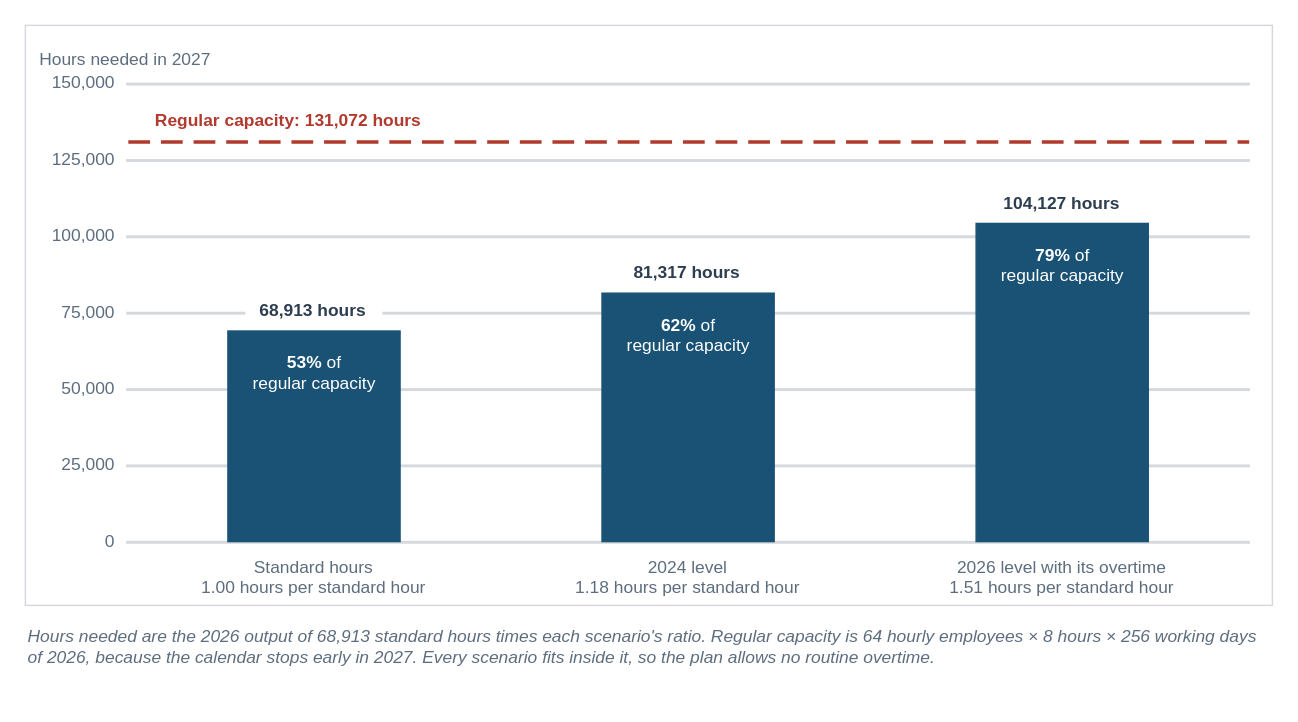
mmcodesso/Accounting_Analytics_Book keeps this draw.io diagram as facts/instructor/figures/case-part-3/IF-C3-4-A.drawio. Above is the earlier version. Source tidied: cells renumbered, new cells numbered last; positions are measured from the earlier drawing's top-left corner, leaving out a move shared by most shapes. Both pictures are drawn from the tidied source at 145%, with x=0, y=0 at pixel (25, 25).
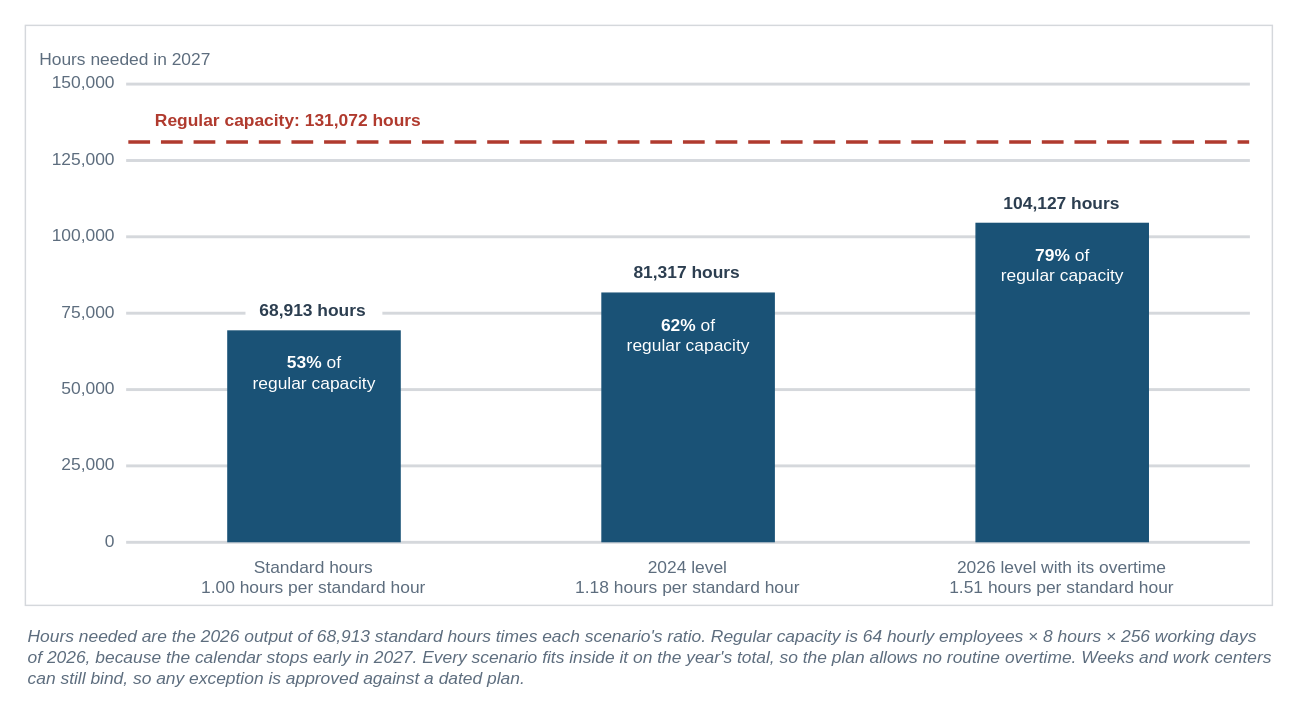
The same diagram, later.

What changed in the source:
```diff
@@
     <mxCell id="2" style="rounded=0;html=1;fillColor=none;strokeColor=none;" parent="1" vertex="1">
-      <mxGeometry width="860" height="448" as="geometry" />
+      <mxGeometry width="860" height="463" as="geometry" />
     </mxCell>
@@
-    <mxCell id="35" value="&lt;i&gt;Hours needed are the 2026 output of 68,913 standard hours times each scenario's ratio. Regular capacity is 64 hourly employees × 8 hours × 256 working days of 2026, because the calendar stops early in 2027. Every scenario fits inside it, so the plan allows no routine overtime.&lt;/i&gt;" style="text;html=1;whiteSpace=wrap;align=left;verticalAlign=top;fontSize=12;fontColor=#5D6D7E;fontStyle=0;fontFamily=Helvetica;spacing=2;fillColor=none;strokeColor=none;" parent="1" vertex="1">
-      <mxGeometry y="408" width="860" height="38" as="geometry" />
+    <mxCell id="35" value="&lt;i&gt;Hours needed are the 2026 output of 68,913 standard hours times each scenario's ratio. Regular capacity is 64 hourly employees × 8 hours × 256 working days of 2026, because the calendar stops early in 2027. Every scenario fits inside it on the year's total, so the plan allows no routine overtime. Weeks and work centers can still bind, so any exception is approved against a dated plan.&lt;/i&gt;" style="text;html=1;whiteSpace=wrap;align=left;verticalAlign=top;fontSize=12;fontColor=#5D6D7E;fontStyle=0;fontFamily=Helvetica;spacing=2;fillColor=none;strokeColor=none;" parent="1" vertex="1">
+      <mxGeometry y="408" width="860" height="53" as="geometry" />
     </mxCell>
```
